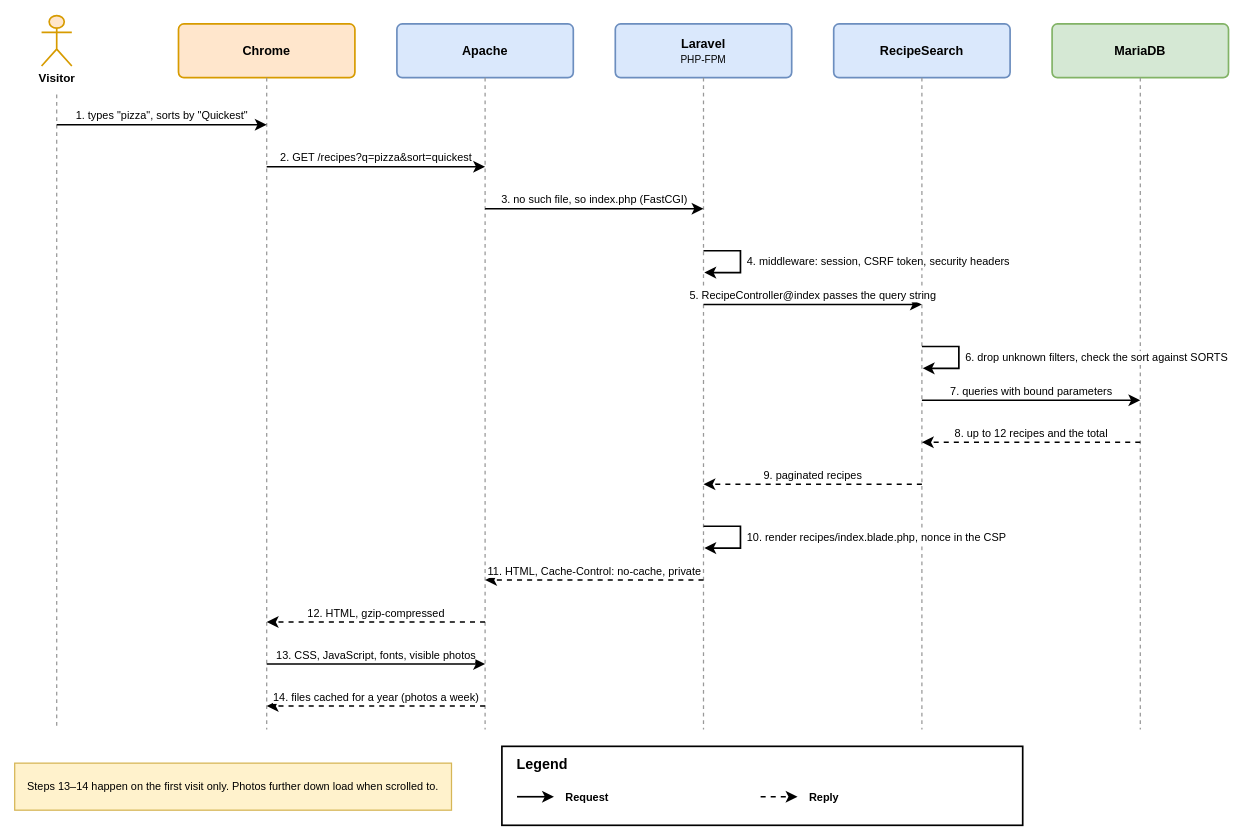
The draw.io diagram docs/diagrams/4-search-request.drawio in richardgong1987/CSCK543-end-assignment, before the edit. Source tidied: cells renumbered, new cells numbered last; positions are measured from the earlier drawing's top-left corner, leaving out a move shared by most shapes. Both pictures are drawn from the tidied source at 84%, with x=0, y=0 at pixel (14, 15).
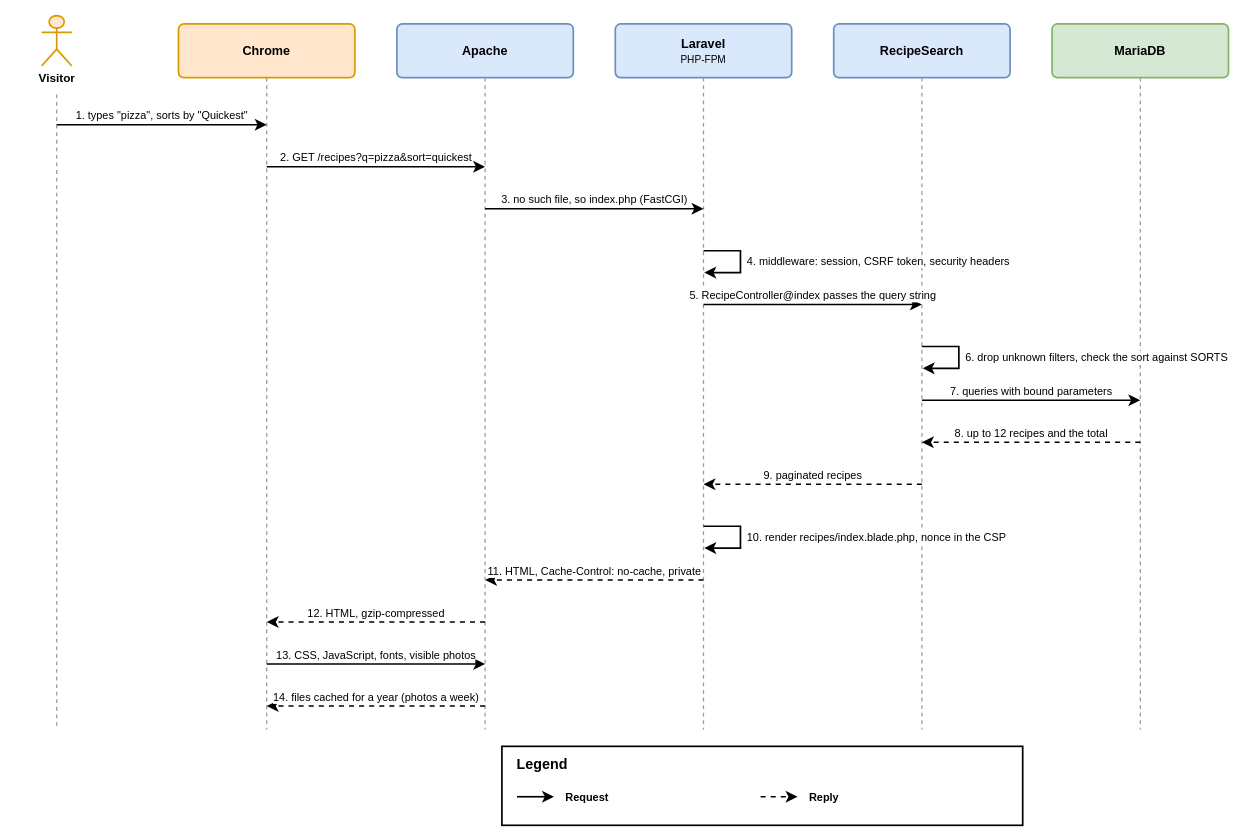
Above is the later version.

What changed in the source:
```diff
@@
-    <mxCell id="28" value="Steps 13–14 happen on the first visit only. Photos further down load when scrolled to." style="rounded=0;whiteSpace=wrap;html=1;strokeWidth=1.5;fontSize=13;fontFamily=Helvetica;fillColor=#fff2cc;strokeColor=#d6b656;" parent="1" vertex="1">
-      <mxGeometry y="890" width="520" height="56" as="geometry" />
-    </mxCell>
```
